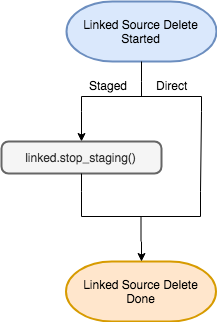
This is docs/References/images/LinkedSourceDelete.png from delphix/virtualization-sdk, a draw.io export, as it was before one commit. Source tidied: cells renumbered, new cells last; positions are measured from the earlier drawing's top-left corner, leaving out a move shared by most shapes.
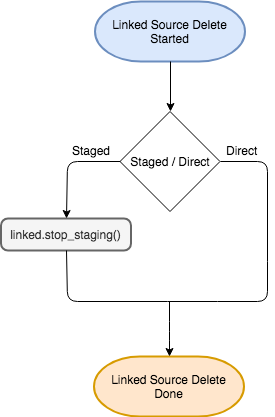
The same file after the commit.

Change to the diagram source:
```diff
@@ -2,43 +2,72 @@
   <root>
     <mxCell id="0" />
     <mxCell id="1" parent="0" />
-    <mxCell id="2" value="&lt;span&gt;Linked Source Delete&lt;br&gt;Started&lt;br&gt;&lt;/span&gt;" style="strokeWidth=2;html=1;shape=mxgraph.flowchart.terminator;whiteSpace=wrap;fillColor=#dae8fc;strokeColor=#6c8ebf;" parent="1" vertex="1">
-      <mxGeometry x="65" width="150" height="60" as="geometry" />
+    <mxCell id="2" value="Staged / Direct" style="strokeWidth=1;html=1;shape=mxgraph.flowchart.decision;whiteSpace=wrap;" parent="1" vertex="1">
+      <mxGeometry x="-157.5" y="690" width="100" height="100" as="geometry" />
     </mxCell>
-    <mxCell id="3" value="Linked Source Delete&lt;br&gt;&lt;span&gt;Done&lt;br&gt;&lt;/span&gt;" style="strokeWidth=2;html=1;shape=mxgraph.flowchart.terminator;whiteSpace=wrap;fillColor=#ffe6cc;strokeColor=#d79b00;" parent="1" vertex="1">
-      <mxGeometry x="64.5" y="260" width="150" height="60" as="geometry" />
+    <mxCell id="3" value="&lt;span&gt;Linked Source Delete&lt;br&gt;Started&lt;br&gt;&lt;/span&gt;" style="strokeWidth=2;html=1;shape=mxgraph.flowchart.terminator;whiteSpace=wrap;fillColor=#dae8fc;strokeColor=#6c8ebf;" parent="1" vertex="1">
+      <mxGeometry x="-182.5" y="580" width="150" height="60" as="geometry" />
     </mxCell>
-    <mxCell id="4" style="endArrow=classic;html=1;exitX=1;exitY=1;exitDx=0;exitDy=0;exitPerimeter=0;" parent="1" edge="1" source="8" target="7">
-      <mxGeometry relative="1" as="geometry" />
+    <mxCell id="4" value="Linked Source Delete&lt;br&gt;&lt;span&gt;Done&lt;br&gt;&lt;/span&gt;" style="strokeWidth=2;html=1;shape=mxgraph.flowchart.terminator;whiteSpace=wrap;fillColor=#ffe6cc;strokeColor=#d79b00;" parent="1" vertex="1">
+      <mxGeometry x="-183.5" y="935" width="150" height="60" as="geometry" />
     </mxCell>
-    <mxCell id="5" value="Staged" style="text;html=1;align=left;verticalAlign=top;spacingTop=-4;" parent="1" vertex="1">
-      <mxGeometry x="86" y="75" width="50" height="20" as="geometry" />
+    <mxCell id="5" style="endArrow=classic;html=1;exitX=0.5;exitY=1;exitDx=0;exitDy=0;exitPerimeter=0;entryX=0.5;entryY=0;entryDx=0;entryDy=0;entryPerimeter=0;" parent="1" edge="1" source="3" target="2">
+      <mxGeometry relative="1" as="geometry" />
     </mxCell>
-    <mxCell id="6" value="Direct" style="text;html=1;align=left;verticalAlign=top;spacingTop=-4;" parent="1" vertex="1">
-      <mxGeometry x="153" y="75" width="50" height="20" as="geometry" />
+    <mxCell id="6" value="Staged" style="text;html=1;align=left;verticalAlign=top;spacingTop=-4;" parent="1" vertex="1">
+      <mxGeometry x="-207.5" y="720" width="50" height="20" as="geometry" />
     </mxCell>
-    <mxCell id="7" value="linked.stop_staging()" style="rounded=1;whiteSpace=wrap;html=1;absoluteArcSize=1;arcSize=14;strokeWidth=2;fillColor=#f5f5f5;strokeColor=#666666;fontColor=#333333;" parent="1" vertex="1">
-      <mxGeometry y="140" width="160" height="32" as="geometry" />
+    <mxCell id="7" value="Direct" style="text;html=1;points=[];align=left;verticalAlign=top;spacingTop=-4;" parent="1" vertex="1">
+      <mxGeometry x="-53" y="720" width="50" height="20" as="geometry" />
     </mxCell>
-    <mxCell id="8" style="strokeWidth=1;html=1;shape=mxgraph.flowchart.annotation_2;align=left;direction=south;" parent="1" vertex="1">
-      <mxGeometry x="80" y="80" width="120" height="30" as="geometry" />
+    <mxCell id="8" value="linked.stop_staging()" style="rounded=1;whiteSpace=wrap;html=1;absoluteArcSize=1;arcSize=14;strokeWidth=2;fillColor=#f5f5f5;strokeColor=#666666;fontColor=#333333;" parent="1" vertex="1">
+      <mxGeometry x="-276.5" y="797" width="130" height="32" as="geometry" />
     </mxCell>
-    <mxCell id="9" style="strokeWidth=1;html=1;shape=mxgraph.flowchart.annotation_2;align=left;direction=north;" parent="1" vertex="1">
-      <mxGeometry x="80" y="190" width="119" height="50" as="geometry" />
+    <mxCell id="9" style="endArrow=classic;html=1;entryX=0.5;entryY=0;entryDx=0;entryDy=0;entryPerimeter=0;" parent="1" edge="1" target="4">
+      <mxGeometry relative="1" as="geometry">
+        <mxPoint x="-108" y="880" as="sourcePoint" />
+        <Array as="points">
+          <mxPoint x="-108" y="910" />
+        </Array>
+      </mxGeometry>
     </mxCell>
-    <mxCell id="10" style="endArrow=none;html=1;entryX=1;entryY=0;entryDx=0;entryDy=0;entryPerimeter=0;endFill=0;" parent="1" edge="1" source="7" target="9">
-      <mxGeometry relative="1" as="geometry" />
+    <mxCell id="10" style="endArrow=classic;html=1;exitX=0;exitY=0.5;exitDx=0;exitDy=0;exitPerimeter=0;entryX=0.5;entryY=0;entryDx=0;entryDy=0;" parent="1" edge="1" source="2" target="8">
+      <mxGeometry relative="1" as="geometry">
+        <Array as="points">
+          <mxPoint x="-210" y="740" />
+        </Array>
+      </mxGeometry>
     </mxCell>
-    <mxCell id="11" style="endArrow=classic;html=1;entryX=0.5;entryY=0;entryDx=0;entryDy=0;entryPerimeter=0;exitX=0;exitY=0.5;exitDx=0;exitDy=0;exitPerimeter=0;" parent="1" edge="1" source="9" target="3">
-      <mxGeometry relative="1" as="geometry" />
+    <mxCell id="11" style="endArrow=none;html=1;exitX=1;exitY=0.5;exitDx=0;exitDy=0;exitPerimeter=0;endFill=0;" parent="1" edge="1" source="2">
+      <mxGeometry relative="1" as="geometry">
+        <mxPoint x="-10" y="840" as="targetPoint" />
+        <Array as="points">
+          <mxPoint x="-10" y="740" />
+        </Array>
+      </mxGeometry>
     </mxCell>
-    <mxCell id="12" style="endArrow=none;html=1;endFill=0;exitX=1;exitY=0;exitDx=0;exitDy=0;exitPerimeter=0;" parent="1" edge="1" source="8">
+    <mxCell id="12" style="endArrow=none;html=1;exitX=0.5;exitY=1;exitDx=0;exitDy=0;endFill=0;" parent="1" edge="1" source="8">
       <mxGeometry relative="1" as="geometry">
-        <mxPoint x="199" y="190" as="targetPoint" />
+        <mxPoint x="-110" y="880" as="targetPoint" />
+        <Array as="points">
+          <mxPoint x="-210" y="880" />
+        </Array>
       </mxGeometry>
     </mxCell>
-    <mxCell id="13" style="endArrow=none;html=1;entryX=0;entryY=0.5;entryDx=0;entryDy=0;entryPerimeter=0;exitX=0.5;exitY=1;exitDx=0;exitDy=0;exitPerimeter=0;endFill=0;" parent="1" edge="1" source="2" target="8">
-      <mxGeometry relative="1" as="geometry" />
+    <mxCell id="13" style="endArrow=none;html=1;endFill=0;" parent="1" edge="1">
+      <mxGeometry relative="1" as="geometry">
+        <mxPoint x="-110" y="880" as="sourcePoint" />
+        <mxPoint x="-60" y="880" as="targetPoint" />
+      </mxGeometry>
     </mxCell>
+    <mxCell id="14" style="endArrow=none;html=1;endFill=0;" parent="1" edge="1">
+      <mxGeometry relative="1" as="geometry">
+        <mxPoint x="-10" y="840" as="sourcePoint" />
+        <mxPoint x="-60" y="880" as="targetPoint" />
+        <Array as="points">
+          <mxPoint x="-10" y="880" />
+        </Array>
+      </mxGeometry>
+    </mxCell>
   </root>
 </mxGraphModel>
```
